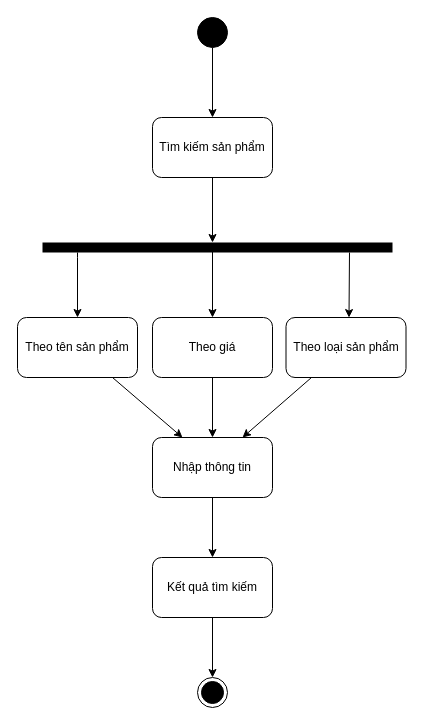
Above: page "KH Tìm kiếm sản phẩm" (2 of 5) of Activity-diagram.drawio in QuangHuy2201/FinalProject-Diagrams (draw.io), before the change. Source tidied: cells renumbered, new cells numbered last; positions are measured from the earlier drawing's top-left corner, leaving out a move shared by most shapes. Both pictures are drawn from the tidied source at 100%, with x=0, y=0 at pixel (17, 17).
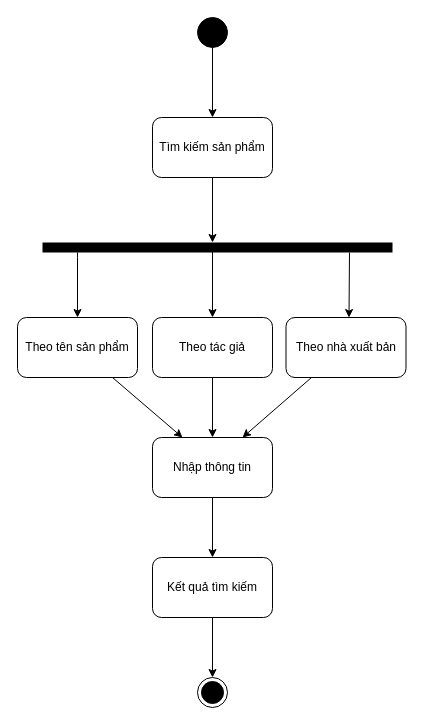
The same page after the edit.

What changed in the source:
```diff
@@
-    <mxCell id="13" value="Theo giá" style="rounded=1;whiteSpace=wrap;html=1;" parent="1" vertex="1">
+    <mxCell id="13" value="Theo tác giả" style="rounded=1;whiteSpace=wrap;html=1;" parent="1" vertex="1">
       <mxGeometry x="135" y="300" width="120" height="60" as="geometry" />
     </mxCell>
@@
-    <mxCell id="15" value="Theo loại sản phẩm" style="rounded=1;whiteSpace=wrap;html=1;" parent="1" vertex="1">
+    <mxCell id="15" value="Theo nhà xuất bản" style="rounded=1;whiteSpace=wrap;html=1;" parent="1" vertex="1">
       <mxGeometry x="268.5" y="300" width="120" height="60" as="geometry" />
     </mxCell>
```
